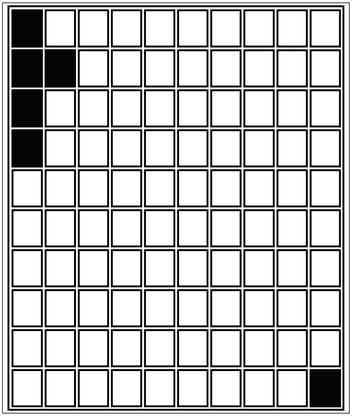
kevinmp2/IPC2_PROYECTO1_202103206 keeps this Graphviz diagram as grafica.png. Above is the earlier version. Its source is kept beside it as grafica.dot.
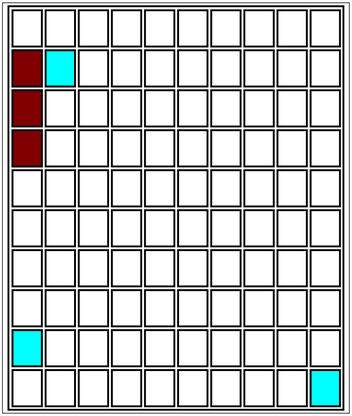
Later version of the same file.

Diff of the diagram source:
```diff
@@ -1,6 +1,6 @@
 digraph G {a0 [shape=record label=<<TABLE border="3" cellspacing="3" cellpadding="20">
 <TR>
-<TD bgcolor="gray2"> </TD>
+<TD> </TD>
 <TD> </TD>
 <TD> </TD>
 <TD> </TD>
@@ -12,8 +12,8 @@
 <TD> </TD>
 </TR>
 <TR>
-<TD bgcolor="gray2"> </TD>
-<TD bgcolor="gray2"> </TD>
+<TD bgcolor="webmaroon"> </TD>
+<TD bgcolor="aqua"> </TD>
 <TD> </TD>
 <TD> </TD>
 <TD> </TD>
@@ -24,7 +24,7 @@
 <TD> </TD>
 </TR>
 <TR>
-<TD bgcolor="gray2"> </TD>
+<TD bgcolor="webmaroon"> </TD>
 <TD> </TD>
 <TD> </TD>
 <TD> </TD>
@@ -36,7 +36,7 @@
 <TD> </TD>
 </TR>
 <TR>
-<TD bgcolor="gray2"> </TD>
+<TD bgcolor="webmaroon"> </TD>
 <TD> </TD>
 <TD> </TD>
 <TD> </TD>
@@ -96,7 +96,7 @@
 <TD> </TD>
 </TR>
 <TR>
-<TD> </TD>
+<TD bgcolor="aqua"> </TD>
 <TD> </TD>
 <TD> </TD>
 <TD> </TD>
@@ -117,6 +117,6 @@
 <TD> </TD>
 <TD> </TD>
 <TD> </TD>
-<TD bgcolor="gray2"> </TD>
+<TD bgcolor="aqua"> </TD>
 </TR>
 </TABLE>>];}
```
